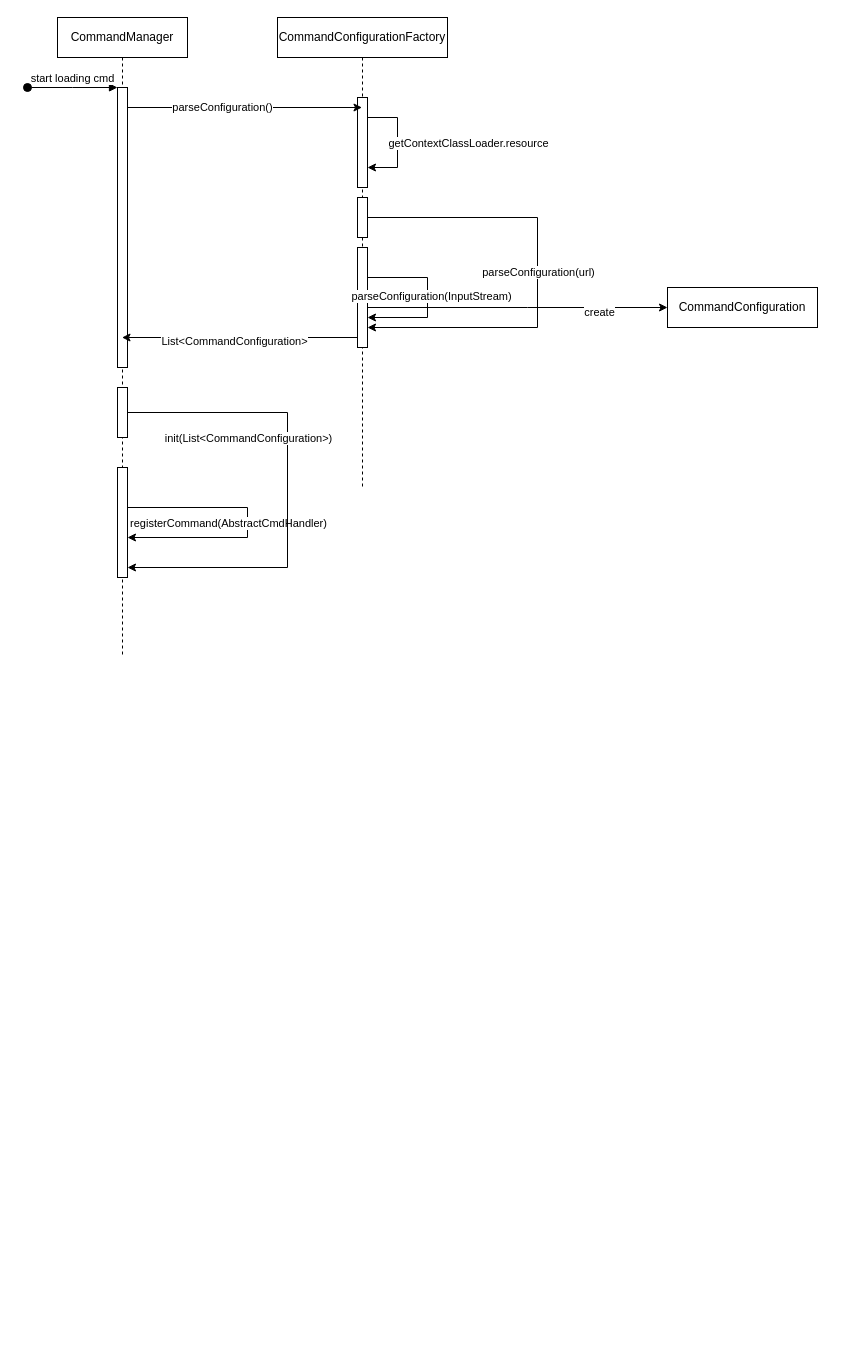
Before: J-im流程图/配置加载流程.drawio in RR9-cn/DrawFile, a draw.io diagram. Source tidied: cells renumbered, new cells numbered last; positions are measured from the earlier drawing's top-left corner, leaving out a move shared by most shapes. Both pictures are drawn from the tidied source at 100%, with x=0, y=0 at pixel (27, 17).
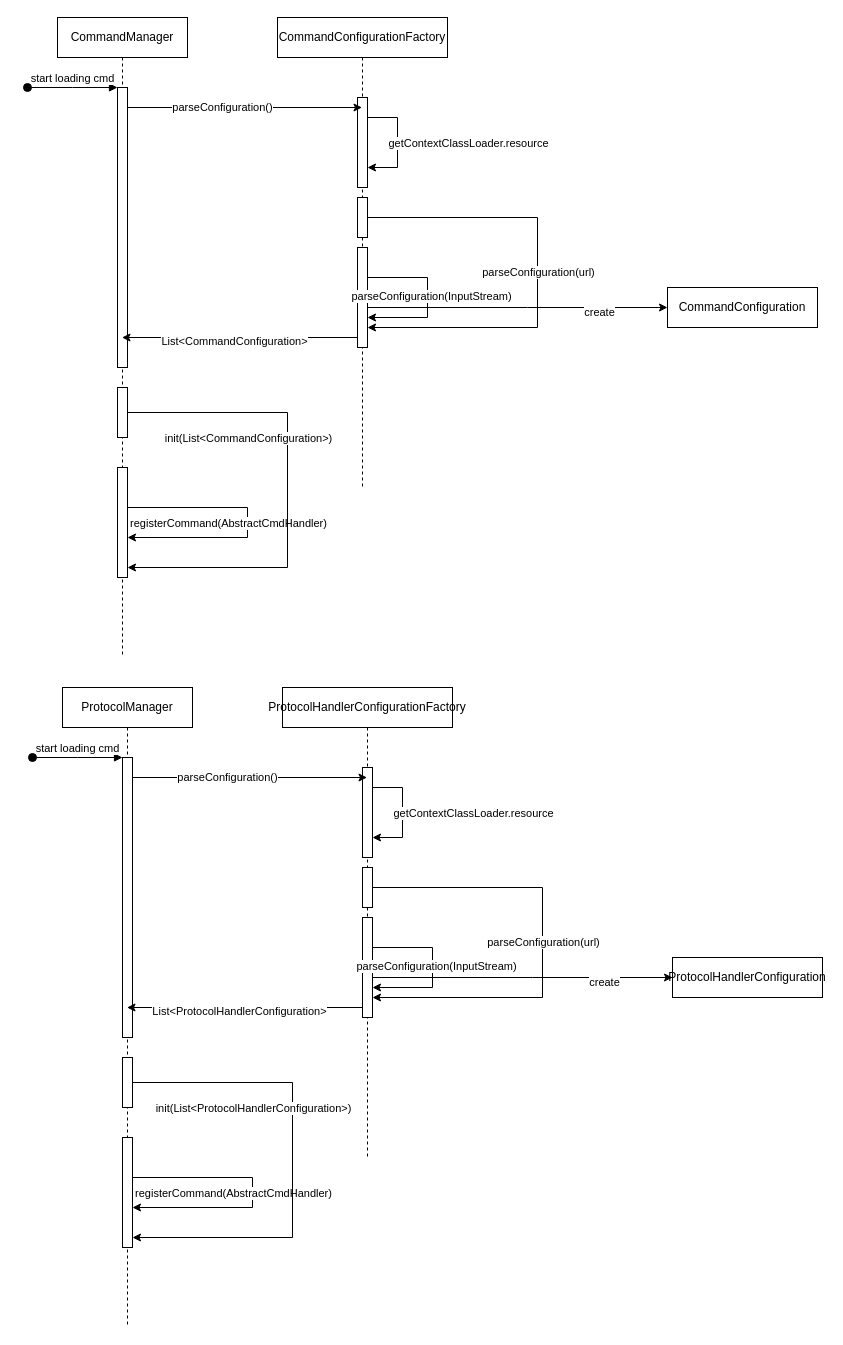
The same page after the edit.

Commit message:
更新配置加载流程.drawio

Diff of the diagram source:
```diff
@@
+    <mxCell id="30" value="ProtocolManager" style="shape=umlLifeline;perimeter=lifelinePerimeter;whiteSpace=wrap;html=1;outlineConnect=0;portConstraint=eastwest;newEdgeStyle={&quot;edgeStyle&quot;:&quot;elbowEdgeStyle&quot;,&quot;elbow&quot;:&quot;vertical&quot;,&quot;curved&quot;:0,&quot;rounded&quot;:0};" parent="1" vertex="1">
+      <mxGeometry x="35" y="670" width="130" height="640" as="geometry" />
+    </mxCell>
+    <mxCell id="31" style="html=1;points=[];perimeter=orthogonalPerimeter;outlineConnect=0;targetShapes=umlLifeline;portConstraint=eastwest;newEdgeStyle={&quot;edgeStyle&quot;:&quot;elbowEdgeStyle&quot;,&quot;elbow&quot;:&quot;vertical&quot;,&quot;curved&quot;:0,&quot;rounded&quot;:0};" parent="30" vertex="1">
+      <mxGeometry x="60" y="70" width="10" height="280" as="geometry" />
+    </mxCell>
+    <mxCell id="32" value="start loading cmd" style="html=1;verticalAlign=bottom;startArrow=oval;endArrow=block;startSize=8;edgeStyle=elbowEdgeStyle;elbow=vertical;curved=0;rounded=0;" parent="30" edge="1" target="31">
+      <mxGeometry relative="1" as="geometry">
+        <mxPoint x="-30" y="70" as="sourcePoint" />
+      </mxGeometry>
+    </mxCell>
+    <mxCell id="33" style="html=1;points=[];perimeter=orthogonalPerimeter;outlineConnect=0;targetShapes=umlLifeline;portConstraint=eastwest;newEdgeStyle={&quot;edgeStyle&quot;:&quot;elbowEdgeStyle&quot;,&quot;elbow&quot;:&quot;vertical&quot;,&quot;curved&quot;:0,&quot;rounded&quot;:0};" parent="30" vertex="1">
+      <mxGeometry x="60" y="370" width="10" height="50" as="geometry" />
+    </mxCell>
+    <mxCell id="34" style="html=1;points=[];perimeter=orthogonalPerimeter;outlineConnect=0;targetShapes=umlLifeline;portConstraint=eastwest;newEdgeStyle={&quot;edgeStyle&quot;:&quot;elbowEdgeStyle&quot;,&quot;elbow&quot;:&quot;vertical&quot;,&quot;curved&quot;:0,&quot;rounded&quot;:0};" parent="30" vertex="1">
+      <mxGeometry x="60" y="450" width="10" height="110" as="geometry" />
+    </mxCell>
+    <mxCell id="35" style="edgeStyle=elbowEdgeStyle;rounded=0;orthogonalLoop=1;jettySize=auto;html=1;elbow=vertical;curved=0;" parent="30" edge="1" source="34" target="34">
+      <mxGeometry relative="1" as="geometry">
+        <Array as="points">
+          <mxPoint x="190" y="490" />
+        </Array>
+      </mxGeometry>
+    </mxCell>
+    <mxCell id="36" value="registerCommand(AbstractCmdHandler)" style="edgeLabel;html=1;align=center;verticalAlign=middle;" parent="35" vertex="1">
+      <mxGeometry x="-0.02" y="-3" relative="1" as="geometry">
+        <mxPoint x="-17" y="3" as="offset" />
+      </mxGeometry>
+    </mxCell>
+    <mxCell id="37" style="edgeStyle=elbowEdgeStyle;rounded=0;jettySize=auto;html=1;elbow=vertical;curved=0;" parent="30" edge="1" source="33" target="34">
+      <mxGeometry relative="1" as="geometry">
+        <Array as="points">
+          <mxPoint x="230" y="550" />
+        </Array>
+      </mxGeometry>
+    </mxCell>
+    <mxCell id="38" value="init(List&amp;lt;ProtocolHandlerConfiguration&amp;gt;)" style="edgeLabel;html=1;align=center;verticalAlign=middle;" parent="37" vertex="1">
+      <mxGeometry x="-0.13" y="1" relative="1" as="geometry">
+        <mxPoint x="-41" y="-22" as="offset" />
+      </mxGeometry>
+    </mxCell>
+    <mxCell id="39" value="ProtocolHandlerConfigurationFactory" style="shape=umlLifeline;perimeter=lifelinePerimeter;whiteSpace=wrap;html=1;outlineConnect=0;portConstraint=eastwest;newEdgeStyle={&quot;edgeStyle&quot;:&quot;elbowEdgeStyle&quot;,&quot;elbow&quot;:&quot;vertical&quot;,&quot;curved&quot;:0,&quot;rounded&quot;:0};" parent="1" vertex="1">
+      <mxGeometry x="255" y="670" width="170" height="470" as="geometry" />
+    </mxCell>
+    <mxCell id="40" style="edgeStyle=elbowEdgeStyle;rounded=0;jettySize=auto;html=1;elbow=vertical;curved=0;" parent="39" edge="1" source="44" target="39">
+      <mxGeometry relative="1" as="geometry" />
+    </mxCell>
+    <mxCell id="41" style="edgeStyle=elbowEdgeStyle;rounded=0;orthogonalLoop=1;jettySize=auto;html=1;elbow=vertical;curved=0;" parent="39" edge="1" source="44" target="44">
+      <mxGeometry relative="1" as="geometry">
+        <Array as="points">
+          <mxPoint x="120" y="100" />
+        </Array>
+      </mxGeometry>
+    </mxCell>
+    <mxCell id="42" value="getContextClassLoader.resource" style="edgeLabel;html=1;align=center;verticalAlign=middle;rotation=0;" parent="41" vertex="1">
+      <mxGeometry x="-0.05" y="-2" relative="1" as="geometry">
+        <mxPoint x="72" y="3" as="offset" />
+      </mxGeometry>
+    </mxCell>
+    <mxCell id="43" style="edgeStyle=elbowEdgeStyle;rounded=0;jettySize=auto;html=1;elbow=vertical;curved=0;" parent="39" edge="1" source="44" target="39">
+      <mxGeometry relative="1" as="geometry" />
+    </mxCell>
+    <mxCell id="44" style="html=1;points=[];perimeter=orthogonalPerimeter;outlineConnect=0;targetShapes=umlLifeline;portConstraint=eastwest;newEdgeStyle={&quot;edgeStyle&quot;:&quot;elbowEdgeStyle&quot;,&quot;elbow&quot;:&quot;vertical&quot;,&quot;curved&quot;:0,&quot;rounded&quot;:0};" parent="39" vertex="1">
+      <mxGeometry x="80" y="80" width="10" height="90" as="geometry" />
+    </mxCell>
+    <mxCell id="45" style="html=1;points=[];perimeter=orthogonalPerimeter;outlineConnect=0;targetShapes=umlLifeline;portConstraint=eastwest;newEdgeStyle={&quot;edgeStyle&quot;:&quot;elbowEdgeStyle&quot;,&quot;elbow&quot;:&quot;vertical&quot;,&quot;curved&quot;:0,&quot;rounded&quot;:0};" parent="39" vertex="1">
+      <mxGeometry x="80" y="180" width="10" height="40" as="geometry" />
+    </mxCell>
+    <mxCell id="46" style="edgeStyle=elbowEdgeStyle;rounded=0;jettySize=auto;html=1;elbow=vertical;curved=0;" parent="39" edge="1" source="45" target="50">
+      <mxGeometry relative="1" as="geometry">
+        <Array as="points">
+          <mxPoint x="260" y="310" />
+        </Array>
+      </mxGeometry>
+    </mxCell>
+    <mxCell id="47" value="parseConfiguration(url)" style="edgeLabel;html=1;align=center;verticalAlign=middle;" parent="46" vertex="1">
+      <mxGeometry x="-0.01" y="-1" relative="1" as="geometry">
+        <mxPoint x="1" y="1" as="offset" />
+      </mxGeometry>
+    </mxCell>
+    <mxCell id="48" style="edgeStyle=elbowEdgeStyle;rounded=0;jettySize=auto;html=1;elbow=vertical;curved=0;" parent="39" edge="1" source="50">
+      <mxGeometry relative="1" as="geometry">
+        <mxPoint x="390" y="290" as="targetPoint" />
+        <Array as="points">
+          <mxPoint x="250" y="290" />
+        </Array>
+      </mxGeometry>
+    </mxCell>
+    <mxCell id="49" value="create" style="edgeLabel;html=1;align=center;verticalAlign=middle;" parent="48" vertex="1">
+      <mxGeometry x="0.54" y="-4" relative="1" as="geometry" />
+    </mxCell>
+    <mxCell id="50" style="html=1;points=[];perimeter=orthogonalPerimeter;outlineConnect=0;targetShapes=umlLifeline;portConstraint=eastwest;newEdgeStyle={&quot;edgeStyle&quot;:&quot;elbowEdgeStyle&quot;,&quot;elbow&quot;:&quot;vertical&quot;,&quot;curved&quot;:0,&quot;rounded&quot;:0};" parent="39" vertex="1">
+      <mxGeometry x="80" y="230" width="10" height="100" as="geometry" />
+    </mxCell>
+    <mxCell id="51" style="edgeStyle=elbowEdgeStyle;rounded=0;orthogonalLoop=1;jettySize=auto;html=1;elbow=vertical;curved=0;" parent="39" edge="1" source="50" target="50">
+      <mxGeometry relative="1" as="geometry">
+        <Array as="points">
+          <mxPoint x="150" y="260" />
+        </Array>
+      </mxGeometry>
+    </mxCell>
+    <mxCell id="52" value="parseConfiguration(InputStream)" style="edgeLabel;html=1;align=center;verticalAlign=middle;" parent="51" vertex="1">
+      <mxGeometry x="-0.02" y="3" relative="1" as="geometry" />
+    </mxCell>
+    <mxCell id="53" style="edgeStyle=elbowEdgeStyle;rounded=0;jettySize=auto;html=1;elbow=vertical;curved=0;" parent="1" edge="1" source="31" target="39">
+      <mxGeometry relative="1" as="geometry">
+        <Array as="points">
+          <mxPoint x="215" y="760" />
+        </Array>
+      </mxGeometry>
+    </mxCell>
+    <mxCell id="54" value="parseConfiguration()" style="edgeLabel;html=1;align=center;verticalAlign=middle;" parent="53" vertex="1">
+      <mxGeometry x="-0.2" y="1" relative="1" as="geometry" />
+    </mxCell>
+    <mxCell id="55" style="edgeStyle=elbowEdgeStyle;rounded=0;jettySize=auto;html=1;elbow=vertical;curved=0;" parent="1" edge="1" source="50" target="30">
+      <mxGeometry relative="1" as="geometry">
+        <Array as="points">
+          <mxPoint x="195" y="990" />
+        </Array>
+      </mxGeometry>
+    </mxCell>
+    <mxCell id="56" value="List&amp;lt;ProtocolHandlerConfiguration&amp;gt;" style="edgeLabel;html=1;align=center;verticalAlign=middle;" parent="55" vertex="1">
+      <mxGeometry x="0.05" y="3" relative="1" as="geometry" />
+    </mxCell>
+    <mxCell id="57" value="ProtocolHandlerConfiguration" style="rounded=0;whiteSpace=wrap;html=1;" parent="1" vertex="1">
+      <mxGeometry x="645" y="940" width="150" height="40" as="geometry" />
+    </mxCell>
```
